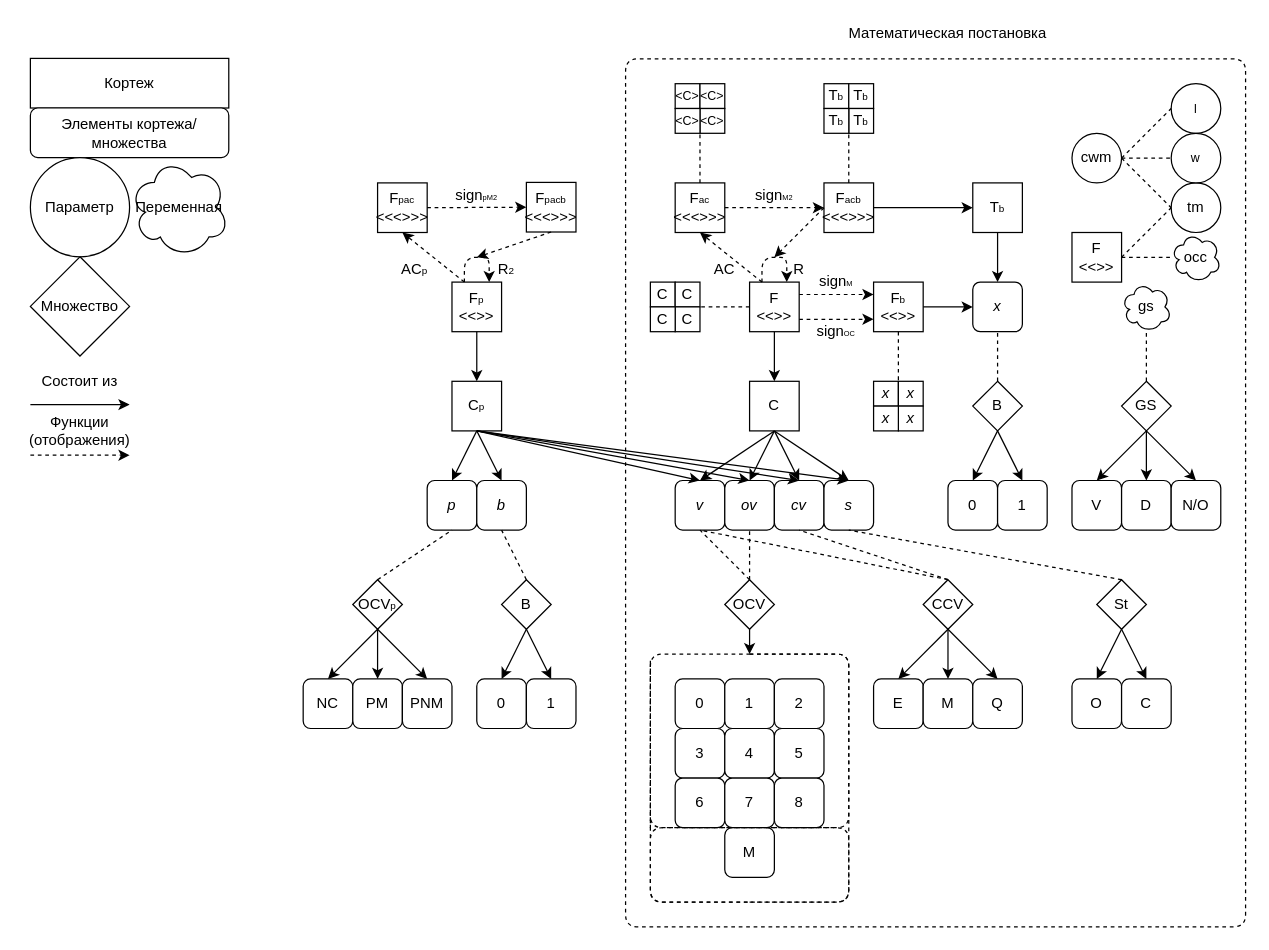
xex238/Diploma_2022 keeps this draw.io diagram as page "Математическая схема" (5 of 15) of docs/Описание работы.drawio. Above is the earlier version. Source tidied: cells renumbered, new cells numbered last; positions are measured from the earlier drawing's top-left corner, leaving out a move shared by most shapes. Both pictures are drawn from the tidied source at 124%, with x=0, y=0 at pixel (30, 21).
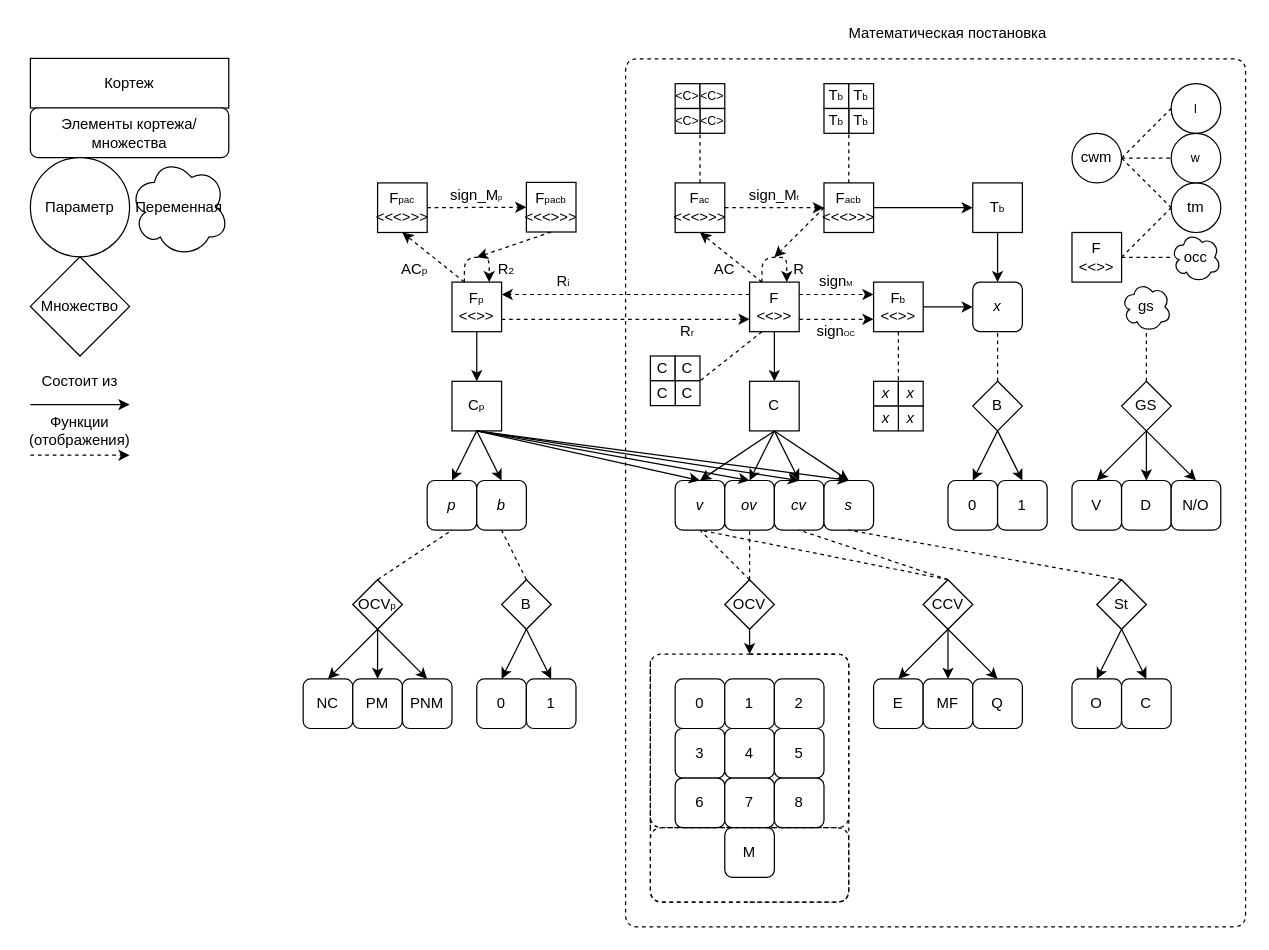
The same diagram, later.

The change refers to these unchanged cells:
```xml
<mxCell id="32" value="F&lt;br&gt;&amp;lt;&amp;lt;&amp;gt;&amp;gt;" style="rounded=0;whiteSpace=wrap;html=1;" parent="1" vertex="1">
  <mxGeometry x="580" y="210" width="40" height="40" as="geometry" />
</mxCell>
<mxCell id="70" value="F&lt;font&gt;&lt;span style=&quot;font-size: 8px&quot;&gt;p&lt;/span&gt;&lt;br&gt;&lt;font style=&quot;font-size: 12px&quot;&gt;&amp;lt;&amp;lt;&amp;gt;&amp;gt;&lt;/font&gt;&lt;br&gt;&lt;/font&gt;" style="rounded=0;whiteSpace=wrap;html=1;" parent="1" vertex="1">
  <mxGeometry x="340" y="210" width="40" height="40" as="geometry" />
</mxCell>
```

Change to the diagram source:
```diff
@@
-    <mxCell id="28" value="M" style="rounded=1;whiteSpace=wrap;html=1;" parent="1" vertex="1">
+    <mxCell id="28" value="MF" style="rounded=1;whiteSpace=wrap;html=1;" parent="1" vertex="1">
       <mxGeometry x="720" y="530" width="40" height="40" as="geometry" />
     </mxCell>
@@
     <mxCell id="80" value="C" style="rounded=0;whiteSpace=wrap;html=1;" parent="1" vertex="1">
-      <mxGeometry x="500" y="210" width="20" height="20" as="geometry" />
+      <mxGeometry x="500" y="269.6" width="20" height="20" as="geometry" />
     </mxCell>
     <mxCell id="81" value="C" style="rounded=0;whiteSpace=wrap;html=1;" parent="1" vertex="1">
-      <mxGeometry x="520" y="210" width="20" height="20" as="geometry" />
+      <mxGeometry x="520" y="269.6" width="20" height="20" as="geometry" />
     </mxCell>
     <mxCell id="82" value="C" style="rounded=0;whiteSpace=wrap;html=1;" parent="1" vertex="1">
-      <mxGeometry x="520" y="230" width="20" height="20" as="geometry" />
+      <mxGeometry x="520" y="289.6" width="20" height="20" as="geometry" />
     </mxCell>
     <mxCell id="83" value="C" style="rounded=0;whiteSpace=wrap;html=1;" parent="1" vertex="1">
-      <mxGeometry x="500" y="230" width="20" height="20" as="geometry" />
+      <mxGeometry x="500" y="289.6" width="20" height="20" as="geometry" />
     </mxCell>
-    <mxCell id="84" style="endArrow=none;html=1;dashed=1;exitX=0;exitY=0.5;exitDx=0;exitDy=0;entryX=1;entryY=0;entryDx=0;entryDy=0;" parent="1" edge="1" source="32" target="82">
+    <mxCell id="84" style="endArrow=none;html=1;dashed=1;exitX=0.25;exitY=1;exitDx=0;exitDy=0;entryX=1;entryY=0;entryDx=0;entryDy=0;" parent="1" edge="1" source="32" target="82">
       <mxGeometry relative="1" as="geometry" />
     </mxCell>
@@
-    <mxCell id="134" value="&lt;font style=&quot;font-size: 12px&quot;&gt;sign&lt;/font&gt;&lt;font style=&quot;font-size: 6px&quot;&gt;M2&lt;/font&gt;" style="text;html=1;strokeColor=none;fillColor=none;align=center;verticalAlign=middle;whiteSpace=wrap;rounded=0;fontSize=10;" parent="1" vertex="1">
+    <mxCell id="134" value="&lt;font style=&quot;font-size: 12px&quot;&gt;sign_M&lt;/font&gt;&lt;font style=&quot;font-size: 6px&quot;&gt;t&lt;/font&gt;" style="text;html=1;strokeColor=none;fillColor=none;align=center;verticalAlign=middle;whiteSpace=wrap;rounded=0;fontSize=10;" parent="1" vertex="1">
       <mxGeometry x="560" y="130" width="80" height="20" as="geometry" />
     </mxCell>
@@
-    <mxCell id="151" value="&lt;font style=&quot;font-size: 12px&quot;&gt;sign&lt;/font&gt;&lt;font style=&quot;font-size: 6px&quot;&gt;pM2&lt;/font&gt;" style="text;html=1;strokeColor=none;fillColor=none;align=center;verticalAlign=middle;whiteSpace=wrap;rounded=0;fontSize=10;" parent="1" vertex="1">
+    <mxCell id="151" value="&lt;font style=&quot;font-size: 12px&quot;&gt;sign_M&lt;/font&gt;&lt;font style=&quot;font-size: 6px&quot;&gt;p&lt;/font&gt;" style="text;html=1;strokeColor=none;fillColor=none;align=center;verticalAlign=middle;whiteSpace=wrap;rounded=0;fontSize=10;" parent="1" vertex="1">
       <mxGeometry x="320" y="129.6" width="80" height="20" as="geometry" />
     </mxCell>
@@
+    <mxCell id="155" style="endArrow=classic;html=1;exitX=0;exitY=0.25;exitDx=0;exitDy=0;dashed=1;entryX=1;entryY=0.25;entryDx=0;entryDy=0;" parent="1" edge="1" source="32" target="70">
+      <mxGeometry relative="1" as="geometry" />
+    </mxCell>
+    <mxCell id="156" value="R&lt;font style=&quot;font-size: 8px&quot;&gt;i&lt;/font&gt;" style="text;html=1;strokeColor=none;fillColor=none;align=center;verticalAlign=middle;whiteSpace=wrap;rounded=0;" parent="1" vertex="1">
+      <mxGeometry x="410" y="200" width="40" height="20" as="geometry" />
+    </mxCell>
+    <mxCell id="157" style="endArrow=classic;html=1;dashed=1;entryX=0;entryY=0.75;entryDx=0;entryDy=0;exitX=1;exitY=0.75;exitDx=0;exitDy=0;" parent="1" edge="1" source="70" target="32">
+      <mxGeometry relative="1" as="geometry" />
+    </mxCell>
+    <mxCell id="158" value="R&lt;font style=&quot;font-size: 8px&quot;&gt;r&lt;/font&gt;" style="text;html=1;strokeColor=none;fillColor=none;align=center;verticalAlign=middle;whiteSpace=wrap;rounded=0;" parent="1" vertex="1">
+      <mxGeometry x="510" y="240" width="40" height="20" as="geometry" />
+    </mxCell>
```
